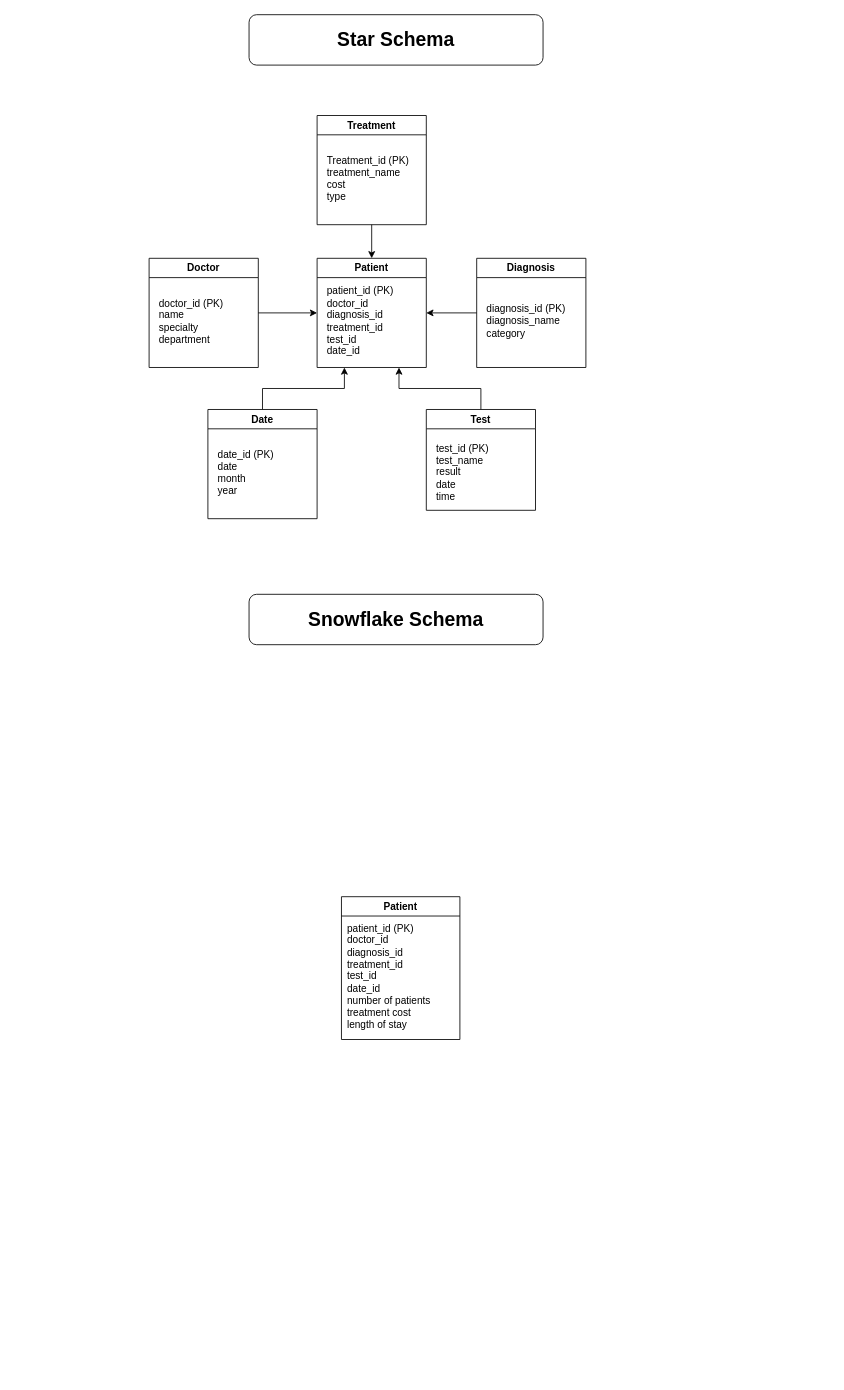
Before: labs/Group28_lab2.drawio in rubabzs/ai601-data-engineering, a draw.io diagram. Source tidied: cells renumbered, new cells numbered last; positions are measured from the earlier drawing's top-left corner, leaving out a move shared by most shapes. Both pictures are drawn from the tidied source at 84%, with x=0, y=0 at pixel (149, 14).
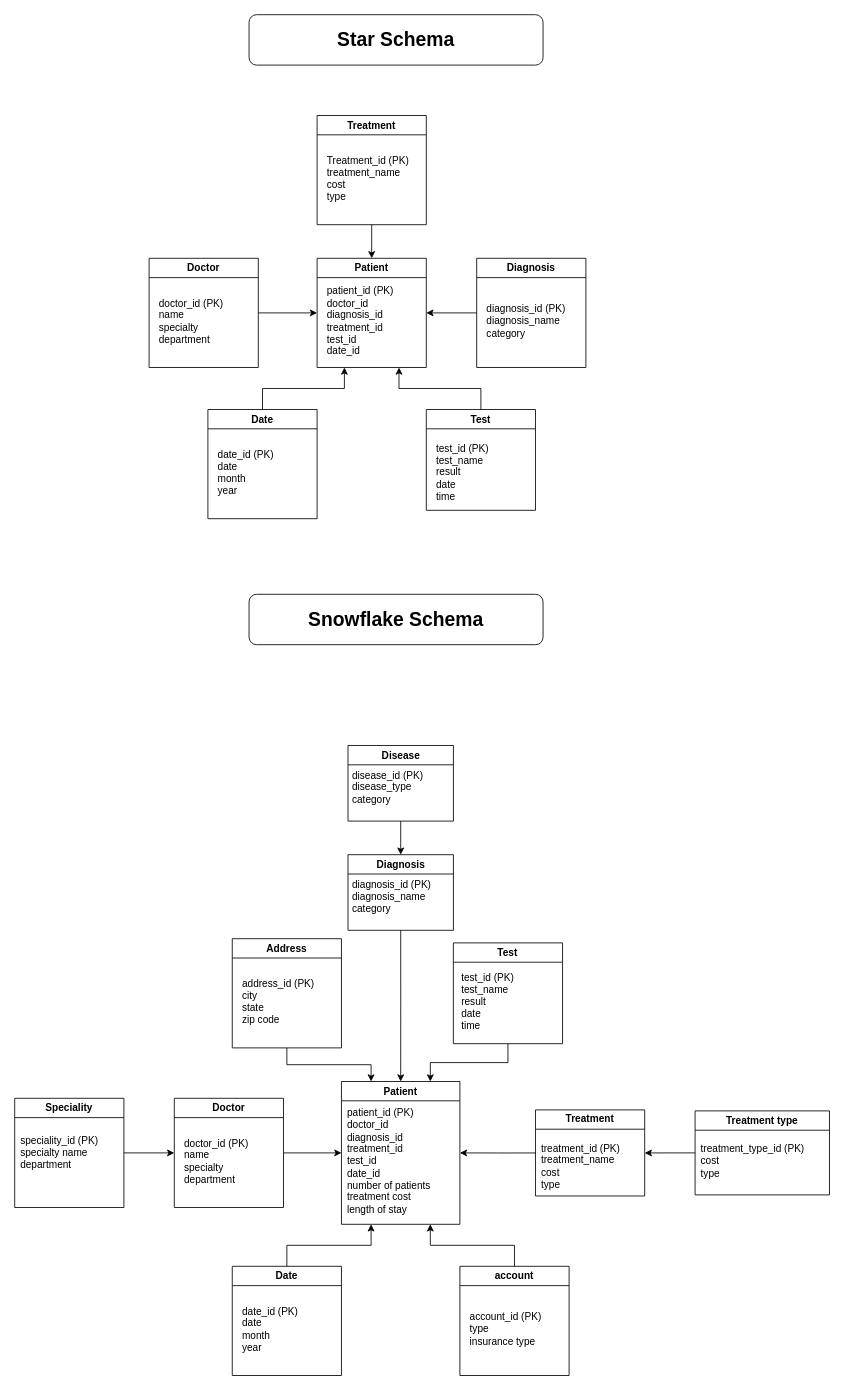
Above is the later version.

Diff of the diagram source:
```diff
@@
     <mxCell id="21" value="Patient" style="swimlane;whiteSpace=wrap;html=1;" parent="1" vertex="1">
-      <mxGeometry x="229" y="1050" width="141" height="170" as="geometry" />
+      <mxGeometry x="229" y="1270" width="141" height="170" as="geometry" />
     </mxCell>
@@
+    <mxCell id="23" style="edgeStyle=orthogonalEdgeStyle;rounded=0;jettySize=auto;html=1;exitX=1;exitY=0.5;exitDx=0;exitDy=0;entryX=0;entryY=0.5;entryDx=0;entryDy=0;" parent="1" edge="1" source="24" target="21">
+      <mxGeometry relative="1" as="geometry" />
+    </mxCell>
+    <mxCell id="24" value="Doctor" style="swimlane;whiteSpace=wrap;html=1;" parent="1" vertex="1">
+      <mxGeometry x="30" y="1290" width="130" height="130" as="geometry" />
+    </mxCell>
+    <mxCell id="25" value="doctor_id (PK)&lt;div&gt;name&lt;/div&gt;&lt;div&gt;specialty&lt;/div&gt;&lt;div&gt;department&lt;/div&gt;" style="text;html=1;align=left;verticalAlign=middle;strokeColor=none;fillColor=none;" parent="24" vertex="1">
+      <mxGeometry x="10" y="40" width="100" height="70" as="geometry" />
+    </mxCell>
+    <mxCell id="26" style="edgeStyle=orthogonalEdgeStyle;rounded=0;jettySize=auto;html=1;exitX=1;exitY=0.5;exitDx=0;exitDy=0;entryX=0;entryY=0.5;entryDx=0;entryDy=0;" parent="1" edge="1" source="27" target="24">
+      <mxGeometry relative="1" as="geometry" />
+    </mxCell>
+    <mxCell id="27" value="Speciality" style="swimlane;whiteSpace=wrap;html=1;" parent="1" vertex="1">
+      <mxGeometry x="-160" y="1290" width="130" height="130" as="geometry" />
+    </mxCell>
+    <mxCell id="28" value="speciality_id (PK)&lt;div&gt;specialty name&lt;/div&gt;&lt;div&gt;department&lt;/div&gt;" style="text;html=1;align=left;verticalAlign=middle;strokeColor=none;fillColor=none;" parent="27" vertex="1">
+      <mxGeometry x="5" y="35" width="120" height="60" as="geometry" />
+    </mxCell>
+    <mxCell id="29" style="edgeStyle=orthogonalEdgeStyle;rounded=0;jettySize=auto;html=1;exitX=0.5;exitY=1;exitDx=0;exitDy=0;entryX=0.25;entryY=0;entryDx=0;entryDy=0;" parent="1" edge="1" source="30" target="21">
+      <mxGeometry relative="1" as="geometry" />
+    </mxCell>
+    <mxCell id="30" value="Address" style="swimlane;whiteSpace=wrap;html=1;" parent="1" vertex="1">
+      <mxGeometry x="99" y="1100" width="130" height="130" as="geometry" />
+    </mxCell>
+    <mxCell id="31" value="address_id (PK)&lt;div&gt;city&lt;/div&gt;&lt;div&gt;state&lt;/div&gt;&lt;div&gt;zip code&lt;/div&gt;" style="text;html=1;align=left;verticalAlign=middle;strokeColor=none;fillColor=none;" parent="30" vertex="1">
+      <mxGeometry x="10" y="40" width="110" height="70" as="geometry" />
+    </mxCell>
+    <mxCell id="32" style="edgeStyle=orthogonalEdgeStyle;rounded=0;jettySize=auto;html=1;exitX=0.5;exitY=1;exitDx=0;exitDy=0;entryX=0.5;entryY=0;entryDx=0;entryDy=0;" parent="1" edge="1" source="33" target="21">
+      <mxGeometry relative="1" as="geometry" />
+    </mxCell>
+    <mxCell id="33" value="Diagnosis" style="swimlane;whiteSpace=wrap;html=1;" parent="1" vertex="1">
+      <mxGeometry x="236.8" y="1000" width="125.5" height="90" as="geometry" />
+    </mxCell>
+    <mxCell id="34" value="diagnosis_id (PK)&lt;div&gt;diagnosis_name&lt;/div&gt;&lt;div&gt;category&lt;/div&gt;" style="text;html=1;align=left;verticalAlign=middle;strokeColor=none;fillColor=none;" parent="33" vertex="1">
+      <mxGeometry x="2.8" y="20" width="120" height="60" as="geometry" />
+    </mxCell>
+    <mxCell id="35" style="edgeStyle=orthogonalEdgeStyle;rounded=0;jettySize=auto;html=1;exitX=0.5;exitY=1;exitDx=0;exitDy=0;entryX=0.5;entryY=0;entryDx=0;entryDy=0;" parent="1" edge="1" source="36" target="33">
+      <mxGeometry relative="1" as="geometry" />
+    </mxCell>
+    <mxCell id="36" value="Disease" style="swimlane;whiteSpace=wrap;html=1;" parent="1" vertex="1">
+      <mxGeometry x="236.8" y="870" width="125.5" height="90" as="geometry" />
+    </mxCell>
+    <mxCell id="37" value="disease_id (PK)&lt;div&gt;disease_type&lt;/div&gt;&lt;div&gt;category&lt;/div&gt;" style="text;html=1;align=left;verticalAlign=middle;strokeColor=none;fillColor=none;" parent="36" vertex="1">
+      <mxGeometry x="2.8" y="20" width="110" height="60" as="geometry" />
+    </mxCell>
+    <mxCell id="38" style="edgeStyle=orthogonalEdgeStyle;rounded=0;jettySize=auto;html=1;exitX=0;exitY=0.5;exitDx=0;exitDy=0;entryX=1;entryY=0.5;entryDx=0;entryDy=0;" parent="1" edge="1" source="39" target="21">
+      <mxGeometry relative="1" as="geometry" />
+    </mxCell>
+    <mxCell id="39" value="Treatment" style="swimlane;whiteSpace=wrap;html=1;" parent="1" vertex="1">
+      <mxGeometry x="460" y="1303.8" width="130" height="102.5" as="geometry" />
+    </mxCell>
+    <mxCell id="40" value="treatment_id (PK)&lt;div&gt;treatment_name&lt;/div&gt;&lt;div&gt;cost&lt;/div&gt;&lt;div&gt;type&lt;/div&gt;" style="text;html=1;align=left;verticalAlign=middle;strokeColor=none;fillColor=none;" parent="39" vertex="1">
+      <mxGeometry x="5" y="32.5" width="120" height="70" as="geometry" />
+    </mxCell>
+    <mxCell id="41" style="edgeStyle=orthogonalEdgeStyle;rounded=0;jettySize=auto;html=1;exitX=0;exitY=0.5;exitDx=0;exitDy=0;entryX=1;entryY=0.5;entryDx=0;entryDy=0;" parent="1" edge="1" source="42" target="39">
+      <mxGeometry relative="1" as="geometry" />
+    </mxCell>
+    <mxCell id="42" value="Treatment type" style="swimlane;whiteSpace=wrap;html=1;" parent="1" vertex="1">
+      <mxGeometry x="650" y="1305" width="160" height="100" as="geometry" />
+    </mxCell>
+    <mxCell id="43" value="treatment_type_id (PK)&lt;div&gt;cost&lt;/div&gt;&lt;div&gt;type&lt;/div&gt;" style="text;html=1;align=left;verticalAlign=middle;strokeColor=none;fillColor=none;" parent="42" vertex="1">
+      <mxGeometry x="5" y="30" width="150" height="60" as="geometry" />
+    </mxCell>
+    <mxCell id="44" style="edgeStyle=orthogonalEdgeStyle;rounded=0;jettySize=auto;html=1;exitX=0.5;exitY=0;exitDx=0;exitDy=0;entryX=0.25;entryY=1;entryDx=0;entryDy=0;" parent="1" edge="1" source="45" target="21">
+      <mxGeometry relative="1" as="geometry" />
+    </mxCell>
+    <mxCell id="45" value="Date" style="swimlane;whiteSpace=wrap;html=1;" parent="1" vertex="1">
+      <mxGeometry x="99" y="1490" width="130" height="130" as="geometry" />
+    </mxCell>
+    <mxCell id="46" value="date_id (PK)&lt;div&gt;date&lt;/div&gt;&lt;div&gt;month&lt;/div&gt;&lt;div&gt;year&lt;/div&gt;" style="text;html=1;align=left;verticalAlign=middle;strokeColor=none;fillColor=none;" parent="45" vertex="1">
+      <mxGeometry x="10" y="40" width="90" height="70" as="geometry" />
+    </mxCell>
+    <mxCell id="47" style="edgeStyle=orthogonalEdgeStyle;rounded=0;jettySize=auto;html=1;exitX=0.5;exitY=0;exitDx=0;exitDy=0;entryX=0.75;entryY=1;entryDx=0;entryDy=0;" parent="1" edge="1" source="48" target="21">
+      <mxGeometry relative="1" as="geometry" />
+    </mxCell>
+    <mxCell id="48" value="account" style="swimlane;whiteSpace=wrap;html=1;" parent="1" vertex="1">
+      <mxGeometry x="370" y="1490" width="130" height="130" as="geometry" />
+    </mxCell>
+    <mxCell id="49" value="account_id (PK)&lt;div&gt;&lt;span style=&quot;background-color: transparent; color: light-dark(rgb(0, 0, 0), rgb(255, 255, 255));&quot;&gt;type&lt;/span&gt;&lt;/div&gt;&lt;div&gt;insurance type&lt;/div&gt;" style="text;html=1;align=left;verticalAlign=middle;strokeColor=none;fillColor=none;" parent="48" vertex="1">
+      <mxGeometry x="10" y="45" width="110" height="60" as="geometry" />
+    </mxCell>
+    <mxCell id="50" style="edgeStyle=orthogonalEdgeStyle;rounded=0;jettySize=auto;html=1;exitX=0.5;exitY=1;exitDx=0;exitDy=0;entryX=0.75;entryY=0;entryDx=0;entryDy=0;" parent="1" edge="1" source="51" target="21">
+      <mxGeometry relative="1" as="geometry" />
+    </mxCell>
+    <mxCell id="51" value="Test" style="swimlane;whiteSpace=wrap;html=1;" parent="1" vertex="1">
+      <mxGeometry x="362.2" y="1105" width="130" height="120" as="geometry" />
+    </mxCell>
+    <mxCell id="52" value="test_id (PK)&lt;div&gt;test_name&lt;/div&gt;&lt;div&gt;result&lt;/div&gt;&lt;div&gt;date&lt;/div&gt;&lt;div&gt;time&lt;/div&gt;" style="text;html=1;align=left;verticalAlign=middle;strokeColor=none;fillColor=none;" parent="51" vertex="1">
+      <mxGeometry x="7.8" y="25" width="90" height="90" as="geometry" />
+    </mxCell>
```
